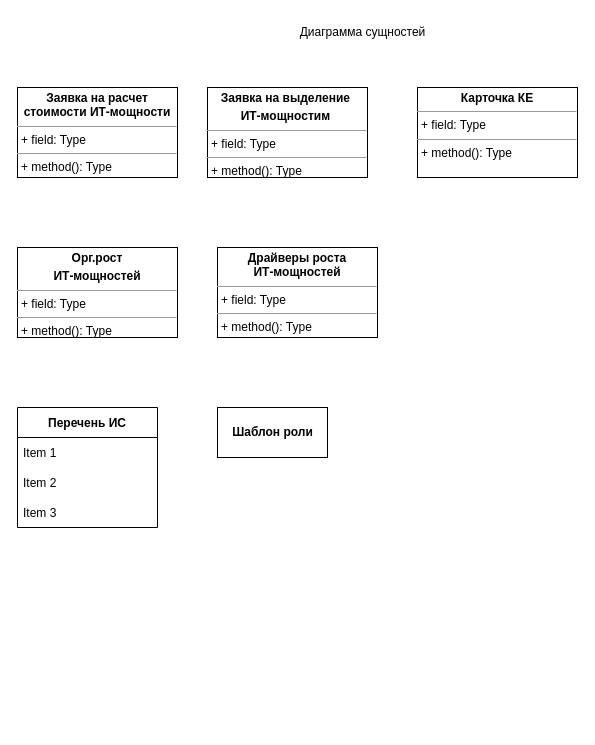
Above: Class.drawio in Tonop/X5 (draw.io), before the change. Source tidied: cells renumbered, new cells numbered last; positions are measured from the earlier drawing's top-left corner, leaving out a move shared by most shapes. Both pictures are drawn from the tidied source at 100%, with x=0, y=0 at pixel (17, 17).
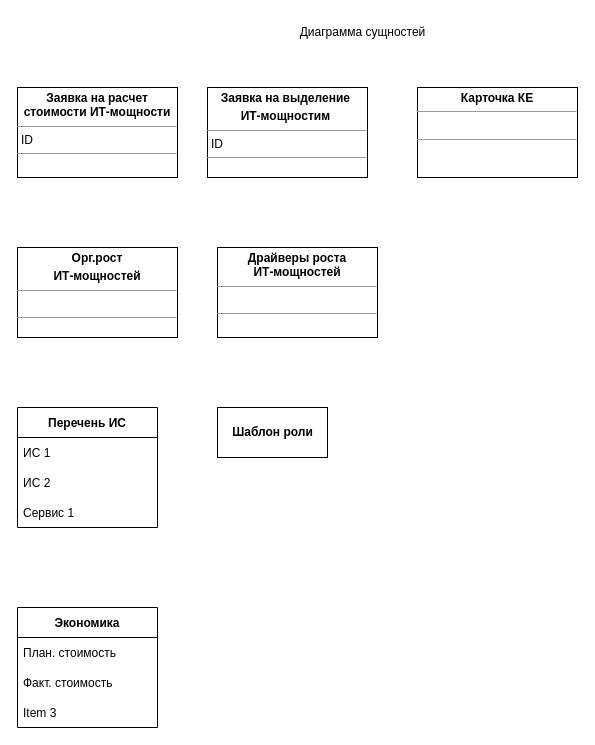
After the change.

Diff of the diagram source:
```diff
@@
 <mxGraphModel>
   <root>
     <mxCell id="0" />
     <mxCell id="1" parent="0" />
     <mxCell id="2" value="Диаграмма сущностей" style="text;html=1;align=center;verticalAlign=middle;fillColor=none;strokeColor=none;rounded=0;" parent="1" vertex="1">
       <mxGeometry x="270" width="150" height="30" as="geometry" />
     </mxCell>
-    <mxCell id="3" value="&lt;p style=&quot;margin:0px;margin-top:4px;text-align:center;&quot;&gt;&lt;b&gt;Заявка на выделение&amp;nbsp;&lt;/b&gt;&lt;/p&gt;&lt;p style=&quot;margin:0px;margin-top:4px;text-align:center;&quot;&gt;&lt;b&gt;ИТ-мощностим&amp;nbsp;&lt;/b&gt;&lt;/p&gt;&lt;hr size=&quot;1&quot;&gt;&lt;p style=&quot;margin:0px;margin-left:4px;&quot;&gt;+ field: Type&lt;/p&gt;&lt;hr size=&quot;1&quot;&gt;&lt;p style=&quot;margin:0px;margin-left:4px;&quot;&gt;+ method(): Type&lt;/p&gt;" style="verticalAlign=top;align=left;overflow=fill;fontSize=12;fontFamily=Helvetica;html=1;" parent="1" vertex="1">
+    <mxCell id="3" value="&lt;p style=&quot;margin:0px;margin-top:4px;text-align:center;&quot;&gt;&lt;b&gt;Заявка на выделение&amp;nbsp;&lt;/b&gt;&lt;/p&gt;&lt;p style=&quot;margin:0px;margin-top:4px;text-align:center;&quot;&gt;&lt;b&gt;ИТ-мощностим&amp;nbsp;&lt;/b&gt;&lt;/p&gt;&lt;hr size=&quot;1&quot;&gt;&lt;p style=&quot;margin:0px;margin-left:4px;&quot;&gt;ID&lt;/p&gt;&lt;hr size=&quot;1&quot;&gt;&lt;p style=&quot;margin:0px;margin-left:4px;&quot;&gt;&lt;br&gt;&lt;/p&gt;" style="verticalAlign=top;align=left;overflow=fill;fontSize=12;fontFamily=Helvetica;html=1;" parent="1" vertex="1">
       <mxGeometry x="190" y="70" width="160" height="90" as="geometry" />
     </mxCell>
-    <mxCell id="4" value="&lt;p style=&quot;margin:0px;margin-top:4px;text-align:center;&quot;&gt;&lt;b&gt;Заявка на расчет&lt;br style=&quot;padding: 0px; margin: 0px;&quot;&gt;стоимости ИТ-мощности&lt;/b&gt;&lt;br&gt;&lt;/p&gt;&lt;hr size=&quot;1&quot;&gt;&lt;p style=&quot;margin:0px;margin-left:4px;&quot;&gt;+ field: Type&lt;/p&gt;&lt;hr size=&quot;1&quot;&gt;&lt;p style=&quot;margin:0px;margin-left:4px;&quot;&gt;+ method(): Type&lt;/p&gt;" style="verticalAlign=top;align=left;overflow=fill;fontSize=12;fontFamily=Helvetica;html=1;" parent="1" vertex="1">
+    <mxCell id="4" value="&lt;p style=&quot;margin:0px;margin-top:4px;text-align:center;&quot;&gt;&lt;b&gt;Заявка на расчет&lt;br style=&quot;padding: 0px; margin: 0px;&quot;&gt;стоимости ИТ-мощности&lt;/b&gt;&lt;br&gt;&lt;/p&gt;&lt;hr size=&quot;1&quot;&gt;&lt;p style=&quot;margin:0px;margin-left:4px;&quot;&gt;ID&lt;/p&gt;&lt;hr size=&quot;1&quot;&gt;&lt;p style=&quot;margin:0px;margin-left:4px;&quot;&gt;&lt;br&gt;&lt;/p&gt;" style="verticalAlign=top;align=left;overflow=fill;fontSize=12;fontFamily=Helvetica;html=1;" parent="1" vertex="1">
       <mxGeometry y="70" width="160" height="90" as="geometry" />
     </mxCell>
-    <mxCell id="5" value="&lt;p style=&quot;margin:0px;margin-top:4px;text-align:center;&quot;&gt;&lt;b&gt;Карточка КЕ&lt;/b&gt;&lt;/p&gt;&lt;hr size=&quot;1&quot;&gt;&lt;p style=&quot;margin:0px;margin-left:4px;&quot;&gt;+ field: Type&lt;/p&gt;&lt;hr size=&quot;1&quot;&gt;&lt;p style=&quot;margin:0px;margin-left:4px;&quot;&gt;+ method(): Type&lt;/p&gt;" style="verticalAlign=top;align=left;overflow=fill;fontSize=12;fontFamily=Helvetica;html=1;" parent="1" vertex="1">
+    <mxCell id="5" value="&lt;p style=&quot;margin:0px;margin-top:4px;text-align:center;&quot;&gt;&lt;b&gt;Карточка КЕ&lt;/b&gt;&lt;/p&gt;&lt;hr size=&quot;1&quot;&gt;&lt;p style=&quot;margin:0px;margin-left:4px;&quot;&gt;&lt;br&gt;&lt;/p&gt;&lt;hr size=&quot;1&quot;&gt;&lt;p style=&quot;margin:0px;margin-left:4px;&quot;&gt;&lt;br&gt;&lt;/p&gt;" style="verticalAlign=top;align=left;overflow=fill;fontSize=12;fontFamily=Helvetica;html=1;" parent="1" vertex="1">
       <mxGeometry x="400" y="70" width="160" height="90" as="geometry" />
     </mxCell>
-    <mxCell id="6" value="&lt;p style=&quot;margin:0px;margin-top:4px;text-align:center;&quot;&gt;&lt;b&gt;Орг.рост&lt;/b&gt;&lt;/p&gt;&lt;p style=&quot;margin:0px;margin-top:4px;text-align:center;&quot;&gt;&lt;b&gt;ИТ-мощностей&lt;/b&gt;&lt;/p&gt;&lt;hr size=&quot;1&quot;&gt;&lt;p style=&quot;margin:0px;margin-left:4px;&quot;&gt;+ field: Type&lt;/p&gt;&lt;hr size=&quot;1&quot;&gt;&lt;p style=&quot;margin:0px;margin-left:4px;&quot;&gt;+ method(): Type&lt;/p&gt;" style="verticalAlign=top;align=left;overflow=fill;fontSize=12;fontFamily=Helvetica;html=1;" parent="1" vertex="1">
+    <mxCell id="6" value="&lt;p style=&quot;margin:0px;margin-top:4px;text-align:center;&quot;&gt;&lt;b&gt;Орг.рост&lt;/b&gt;&lt;/p&gt;&lt;p style=&quot;margin:0px;margin-top:4px;text-align:center;&quot;&gt;&lt;b&gt;ИТ-мощностей&lt;/b&gt;&lt;/p&gt;&lt;hr size=&quot;1&quot;&gt;&lt;p style=&quot;margin:0px;margin-left:4px;&quot;&gt;&lt;br&gt;&lt;/p&gt;&lt;hr size=&quot;1&quot;&gt;&lt;p style=&quot;margin:0px;margin-left:4px;&quot;&gt;&lt;br&gt;&lt;/p&gt;" style="verticalAlign=top;align=left;overflow=fill;fontSize=12;fontFamily=Helvetica;html=1;" parent="1" vertex="1">
       <mxGeometry y="230" width="160" height="90" as="geometry" />
     </mxCell>
-    <mxCell id="7" value="&lt;p style=&quot;margin:0px;margin-top:4px;text-align:center;&quot;&gt;&lt;b&gt;Драйверы роста&lt;br&gt;ИТ-мощностей&lt;/b&gt;&lt;/p&gt;&lt;hr size=&quot;1&quot;&gt;&lt;p style=&quot;margin:0px;margin-left:4px;&quot;&gt;+ field: Type&lt;/p&gt;&lt;hr size=&quot;1&quot;&gt;&lt;p style=&quot;margin:0px;margin-left:4px;&quot;&gt;+ method(): Type&lt;/p&gt;" style="verticalAlign=top;align=left;overflow=fill;fontSize=12;fontFamily=Helvetica;html=1;" parent="1" vertex="1">
+    <mxCell id="7" value="&lt;p style=&quot;margin:0px;margin-top:4px;text-align:center;&quot;&gt;&lt;b&gt;Драйверы роста&lt;br&gt;ИТ-мощностей&lt;/b&gt;&lt;/p&gt;&lt;hr size=&quot;1&quot;&gt;&lt;p style=&quot;margin:0px;margin-left:4px;&quot;&gt;&lt;br&gt;&lt;/p&gt;&lt;hr size=&quot;1&quot;&gt;&lt;p style=&quot;margin:0px;margin-left:4px;&quot;&gt;&lt;br&gt;&lt;/p&gt;" style="verticalAlign=top;align=left;overflow=fill;fontSize=12;fontFamily=Helvetica;html=1;" parent="1" vertex="1">
       <mxGeometry x="200" y="230" width="160" height="90" as="geometry" />
     </mxCell>
     <mxCell id="8" value="Перечень ИС" style="swimlane;fontStyle=1;horizontal=1;startSize=30;" parent="1" vertex="1">
       <mxGeometry y="390" width="140" height="120" as="geometry" />
     </mxCell>
-    <mxCell id="9" value="Item 1" style="text;strokeColor=none;fillColor=none;align=left;verticalAlign=middle;spacingLeft=4;spacingRight=4;overflow=hidden;" parent="8" vertex="1">
+    <mxCell id="9" value="ИС 1" style="text;strokeColor=none;fillColor=none;align=left;verticalAlign=middle;spacingLeft=4;spacingRight=4;overflow=hidden;" parent="8" vertex="1">
       <mxGeometry y="30" width="140" height="30" as="geometry" />
     </mxCell>
-    <mxCell id="10" value="Item 2" style="text;strokeColor=none;fillColor=none;align=left;verticalAlign=middle;spacingLeft=4;spacingRight=4;overflow=hidden;" parent="8" vertex="1">
+    <mxCell id="10" value="ИС 2" style="text;strokeColor=none;fillColor=none;align=left;verticalAlign=middle;spacingLeft=4;spacingRight=4;overflow=hidden;" parent="8" vertex="1">
       <mxGeometry y="60" width="140" height="30" as="geometry" />
     </mxCell>
-    <mxCell id="11" value="Item 3" style="text;strokeColor=none;fillColor=none;align=left;verticalAlign=middle;spacingLeft=4;spacingRight=4;overflow=hidden;" parent="8" vertex="1">
+    <mxCell id="11" value="Сервис 1" style="text;strokeColor=none;fillColor=none;align=left;verticalAlign=middle;spacingLeft=4;spacingRight=4;overflow=hidden;" parent="8" vertex="1">
       <mxGeometry y="90" width="140" height="30" as="geometry" />
     </mxCell>
     <mxCell id="12" value="&lt;b&gt;Шаблон роли&lt;/b&gt;" style="html=1;" parent="1" vertex="1">
       <mxGeometry x="200" y="390" width="110" height="50" as="geometry" />
     </mxCell>
+    <mxCell id="13" value="Экономика" style="swimlane;fontStyle=1;horizontal=1;startSize=30;" parent="1" vertex="1">
+      <mxGeometry y="590" width="140" height="120" as="geometry" />
+    </mxCell>
+    <mxCell id="14" value="План. стоимость" style="text;strokeColor=none;fillColor=none;align=left;verticalAlign=middle;spacingLeft=4;spacingRight=4;overflow=hidden;" parent="13" vertex="1">
+      <mxGeometry y="30" width="140" height="30" as="geometry" />
+    </mxCell>
+    <mxCell id="15" value="Факт. стоимость" style="text;strokeColor=none;fillColor=none;align=left;verticalAlign=middle;spacingLeft=4;spacingRight=4;overflow=hidden;" parent="13" vertex="1">
+      <mxGeometry y="60" width="140" height="30" as="geometry" />
+    </mxCell>
+    <mxCell id="16" value="Item 3" style="text;strokeColor=none;fillColor=none;align=left;verticalAlign=middle;spacingLeft=4;spacingRight=4;overflow=hidden;" parent="13" vertex="1">
+      <mxGeometry y="90" width="140" height="30" as="geometry" />
+    </mxCell>
   </root>
 </mxGraphModel>
```
